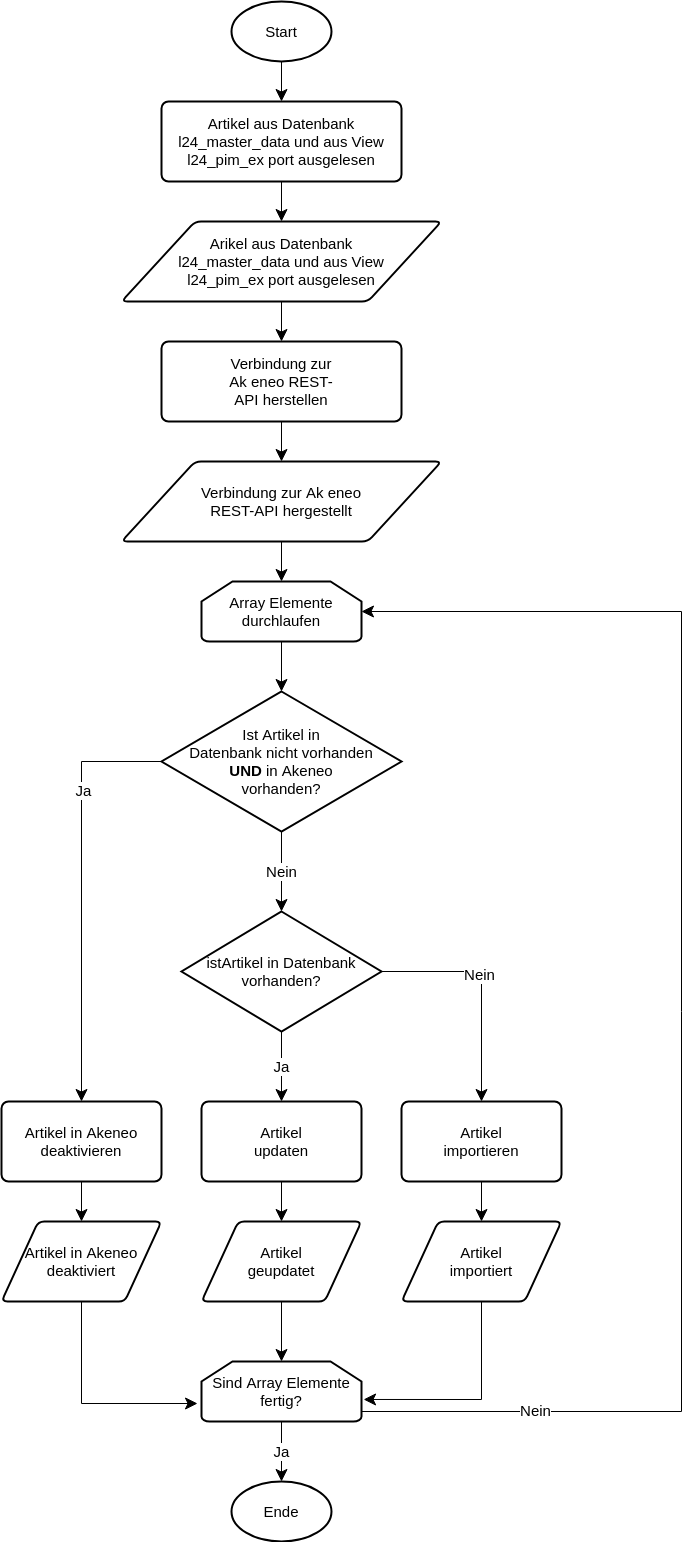
kassemnaser/l24_master_data-Akeneo-middleware keeps this draw.io diagram as flowchart.png. Above is the earlier version. Source tidied: cells renumbered, new cells last; positions are measured from the earlier drawing's top-left corner, leaving out a move shared by most shapes. The source it was exported from:
```xml
<mxGraphModel>
  <root>
    <mxCell id="0" />
    <mxCell id="1" parent="0" />
    <mxCell id="2" style="edgeStyle=orthogonalEdgeStyle;rounded=0;jettySize=auto;html=1;endSize=10;" parent="1" edge="1" source="3" target="5">
      <mxGeometry relative="1" as="geometry" />
    </mxCell>
    <mxCell id="3" value="&lt;font style=&quot;font-size: 15px&quot;&gt;Start&lt;/font&gt;" style="strokeWidth=2;html=1;shape=mxgraph.flowchart.start_1;whiteSpace=wrap;" parent="1" vertex="1">
      <mxGeometry x="230" width="100" height="60" as="geometry" />
    </mxCell>
    <mxCell id="4" style="edgeStyle=orthogonalEdgeStyle;rounded=0;jettySize=auto;html=1;entryX=0.5;entryY=0;entryDx=0;entryDy=0;endSize=10;" parent="1" edge="1" source="5" target="7">
      <mxGeometry relative="1" as="geometry" />
    </mxCell>
    <mxCell id="5" value="&lt;div style=&quot;font-size: 15px&quot;&gt;&lt;font style=&quot;font-size: 15px&quot;&gt;Artikel aus Datenbank&lt;/font&gt;&lt;/div&gt;&lt;div style=&quot;font-size: 15px&quot;&gt;&lt;font style=&quot;font-size: 15px&quot;&gt;l24_master_data und aus View&lt;/font&gt;&lt;/div&gt;&lt;div style=&quot;font-size: 15px&quot;&gt;&lt;font style=&quot;font-size: 15px&quot;&gt;l24_pim_ex port ausgelesen&lt;/font&gt;&lt;/div&gt;" style="rounded=1;whiteSpace=wrap;html=1;absoluteArcSize=1;arcSize=14;strokeWidth=2;" parent="1" vertex="1">
      <mxGeometry x="160" y="100" width="240" height="80" as="geometry" />
    </mxCell>
    <mxCell id="6" style="edgeStyle=orthogonalEdgeStyle;rounded=0;jettySize=auto;html=1;entryX=0.5;entryY=0;entryDx=0;entryDy=0;endSize=10;" parent="1" edge="1" source="7" target="9">
      <mxGeometry relative="1" as="geometry" />
    </mxCell>
    <mxCell id="7" value="&lt;div style=&quot;font-size: 15px&quot;&gt;&lt;font style=&quot;font-size: 15px&quot;&gt;Arikel aus Datenbank&lt;/font&gt;&lt;/div&gt;&lt;div style=&quot;font-size: 15px&quot;&gt;&lt;font style=&quot;font-size: 15px&quot;&gt;l24_master_data und aus View&lt;/font&gt;&lt;/div&gt;&lt;div style=&quot;font-size: 15px&quot;&gt;&lt;font style=&quot;font-size: 15px&quot;&gt;l24_pim_ex port ausgelesen&lt;/font&gt;&lt;/div&gt;" style="shape=parallelogram;html=1;strokeWidth=2;perimeter=parallelogramPerimeter;whiteSpace=wrap;rounded=1;arcSize=12;size=0.23;" parent="1" vertex="1">
      <mxGeometry x="120" y="220" width="320" height="80" as="geometry" />
    </mxCell>
    <mxCell id="8" style="edgeStyle=orthogonalEdgeStyle;rounded=0;jettySize=auto;html=1;entryX=0.5;entryY=0;entryDx=0;entryDy=0;endSize=10;" parent="1" edge="1" source="9" target="11">
      <mxGeometry relative="1" as="geometry" />
    </mxCell>
    <mxCell id="9" value="&lt;div style=&quot;font-size: 15px&quot;&gt;&lt;font style=&quot;font-size: 15px&quot;&gt;Verbindung zur&lt;/font&gt;&lt;/div&gt;&lt;div style=&quot;font-size: 15px&quot;&gt;&lt;font style=&quot;font-size: 15px&quot;&gt;Ak eneo REST-&lt;/font&gt;&lt;/div&gt;&lt;div style=&quot;font-size: 15px&quot;&gt;&lt;font style=&quot;font-size: 15px&quot;&gt;API herstellen&lt;/font&gt;&lt;/div&gt;" style="rounded=1;whiteSpace=wrap;html=1;absoluteArcSize=1;arcSize=14;strokeWidth=2;" parent="1" vertex="1">
      <mxGeometry x="160" y="340" width="240" height="80" as="geometry" />
    </mxCell>
    <mxCell id="10" style="edgeStyle=orthogonalEdgeStyle;rounded=0;jettySize=auto;html=1;entryX=0.5;entryY=0;entryDx=0;entryDy=0;entryPerimeter=0;fontSize=15;endSize=10;" parent="1" edge="1" source="11" target="37">
      <mxGeometry relative="1" as="geometry" />
    </mxCell>
    <mxCell id="11" value="&lt;div style=&quot;font-size: 15px&quot;&gt;&lt;div&gt;Verbindung zur Ak eneo&lt;/div&gt;&lt;div&gt;REST-API hergestellt&lt;/div&gt;&lt;/div&gt;" style="shape=parallelogram;html=1;strokeWidth=2;perimeter=parallelogramPerimeter;whiteSpace=wrap;rounded=1;arcSize=12;size=0.23;" parent="1" vertex="1">
      <mxGeometry x="120" y="460" width="320" height="80" as="geometry" />
    </mxCell>
    <mxCell id="12" style="edgeStyle=orthogonalEdgeStyle;rounded=0;jettySize=auto;html=1;entryX=0.5;entryY=0;entryDx=0;entryDy=0;endSize=10;exitX=0;exitY=0.5;exitDx=0;exitDy=0;exitPerimeter=0;" parent="1" edge="1" source="15" target="17">
      <mxGeometry relative="1" as="geometry" />
    </mxCell>
    <mxCell id="13" value="Ja" style="edgeLabel;html=1;align=center;verticalAlign=middle;fontSize=15;" parent="12" vertex="1">
      <mxGeometry x="-0.49" y="1" relative="1" as="geometry" />
    </mxCell>
    <mxCell id="14" value="Nein" style="edgeStyle=orthogonalEdgeStyle;rounded=0;jettySize=auto;html=1;entryX=0.5;entryY=0;entryDx=0;entryDy=0;entryPerimeter=0;fontSize=15;endSize=10;" parent="1" edge="1" source="15" target="23">
      <mxGeometry relative="1" as="geometry" />
    </mxCell>
    <mxCell id="15" value="&lt;div style=&quot;font-size: 15px&quot;&gt;&lt;font style=&quot;font-size: 15px&quot;&gt;Ist Artikel in&lt;/font&gt;&lt;/div&gt;&lt;div style=&quot;font-size: 15px&quot;&gt;&lt;font style=&quot;font-size: 15px&quot;&gt;Datenbank nicht vorhanden&lt;/font&gt;&lt;/div&gt;&lt;div style=&quot;font-size: 15px&quot;&gt;&lt;font style=&quot;font-size: 15px&quot;&gt;&lt;b&gt;UND&lt;/b&gt; in Akeneo&lt;/font&gt;&lt;/div&gt;&lt;div style=&quot;font-size: 15px&quot;&gt;&lt;font style=&quot;font-size: 15px&quot;&gt;vorhanden?&lt;/font&gt;&lt;/div&gt;" style="strokeWidth=2;html=1;shape=mxgraph.flowchart.decision;whiteSpace=wrap;" parent="1" vertex="1">
      <mxGeometry x="160" y="690" width="240" height="140" as="geometry" />
    </mxCell>
    <mxCell id="16" style="edgeStyle=orthogonalEdgeStyle;rounded=0;jettySize=auto;html=1;entryX=0.5;entryY=0;entryDx=0;entryDy=0;fontSize=15;endSize=10;" parent="1" edge="1" source="17" target="19">
      <mxGeometry relative="1" as="geometry" />
    </mxCell>
    <mxCell id="17" value="&lt;font style=&quot;font-size: 15px&quot;&gt;Artikel&amp;nbsp;in Akeneo&lt;/font&gt;&lt;div style=&quot;font-size: 15px&quot;&gt;&lt;font style=&quot;font-size: 15px&quot;&gt;deaktivieren&lt;/font&gt;&lt;/div&gt;" style="rounded=1;whiteSpace=wrap;html=1;absoluteArcSize=1;arcSize=14;strokeWidth=2;" parent="1" vertex="1">
      <mxGeometry y="1100" width="160" height="80" as="geometry" />
    </mxCell>
    <mxCell id="18" style="edgeStyle=orthogonalEdgeStyle;rounded=0;jettySize=auto;html=1;entryX=-0.025;entryY=0.7;entryDx=0;entryDy=0;entryPerimeter=0;fontSize=15;endSize=10;" parent="1" edge="1" source="19" target="35">
      <mxGeometry relative="1" as="geometry">
        <Array as="points">
          <mxPoint x="80" y="1402" />
        </Array>
      </mxGeometry>
    </mxCell>
    <mxCell id="19" value="&lt;font&gt;Artikel&amp;nbsp;in Akeneo&lt;/font&gt;&lt;div&gt;deaktiviert&lt;/div&gt;" style="shape=parallelogram;html=1;strokeWidth=2;perimeter=parallelogramPerimeter;whiteSpace=wrap;rounded=1;arcSize=12;size=0.23;fontSize=15;" parent="1" vertex="1">
      <mxGeometry y="1220" width="160" height="80" as="geometry" />
    </mxCell>
    <mxCell id="20" value="Ja" style="edgeStyle=orthogonalEdgeStyle;rounded=0;jettySize=auto;html=1;fontSize=15;endSize=10;" parent="1" edge="1" source="23" target="25">
      <mxGeometry relative="1" as="geometry" />
    </mxCell>
    <mxCell id="21" style="edgeStyle=orthogonalEdgeStyle;rounded=0;jettySize=auto;html=1;entryX=0.5;entryY=0;entryDx=0;entryDy=0;fontSize=15;endSize=10;" parent="1" edge="1" source="23" target="27">
      <mxGeometry relative="1" as="geometry" />
    </mxCell>
    <mxCell id="22" value="Nein" style="edgeLabel;html=1;align=center;verticalAlign=middle;fontSize=15;" parent="21" vertex="1">
      <mxGeometry x="-0.11" y="-3" relative="1" as="geometry" />
    </mxCell>
    <mxCell id="23" value="&lt;div&gt;istArtikel in Datenbank&lt;/div&gt;&lt;div&gt;vorhanden?&lt;/div&gt;" style="strokeWidth=2;html=1;shape=mxgraph.flowchart.decision;whiteSpace=wrap;fontSize=15;" parent="1" vertex="1">
      <mxGeometry x="180" y="910" width="200" height="120" as="geometry" />
    </mxCell>
    <mxCell id="24" style="edgeStyle=orthogonalEdgeStyle;rounded=0;jettySize=auto;html=1;entryX=0.5;entryY=0;entryDx=0;entryDy=0;fontSize=15;endSize=10;" parent="1" edge="1" source="25" target="29">
      <mxGeometry relative="1" as="geometry" />
    </mxCell>
    <mxCell id="25" value="&lt;div&gt;Artikel&lt;/div&gt;&lt;div&gt;updaten&lt;/div&gt;" style="rounded=1;whiteSpace=wrap;html=1;absoluteArcSize=1;arcSize=14;strokeWidth=2;fontSize=15;" parent="1" vertex="1">
      <mxGeometry x="200" y="1100" width="160" height="80" as="geometry" />
    </mxCell>
    <mxCell id="26" style="edgeStyle=orthogonalEdgeStyle;rounded=0;jettySize=auto;html=1;fontSize=15;endSize=10;" parent="1" edge="1" source="27" target="31">
      <mxGeometry relative="1" as="geometry" />
    </mxCell>
    <mxCell id="27" value="&lt;div&gt;Artikel&lt;/div&gt;&lt;div&gt;importieren&lt;/div&gt;" style="rounded=1;whiteSpace=wrap;html=1;absoluteArcSize=1;arcSize=14;strokeWidth=2;fontSize=15;" parent="1" vertex="1">
      <mxGeometry x="400" y="1100" width="160" height="80" as="geometry" />
    </mxCell>
    <mxCell id="28" style="edgeStyle=orthogonalEdgeStyle;rounded=0;jettySize=auto;html=1;fontSize=15;endSize=10;" parent="1" edge="1" source="29" target="35">
      <mxGeometry relative="1" as="geometry" />
    </mxCell>
    <mxCell id="29" value="&lt;div&gt;Artikel&lt;/div&gt;&lt;div&gt;geupdatet&lt;/div&gt;" style="shape=parallelogram;html=1;strokeWidth=2;perimeter=parallelogramPerimeter;whiteSpace=wrap;rounded=1;arcSize=12;size=0.23;fontSize=15;" parent="1" vertex="1">
      <mxGeometry x="200" y="1220" width="160" height="80" as="geometry" />
    </mxCell>
    <mxCell id="30" style="edgeStyle=orthogonalEdgeStyle;rounded=0;jettySize=auto;html=1;entryX=1.013;entryY=0.633;entryDx=0;entryDy=0;entryPerimeter=0;fontSize=15;endSize=10;" parent="1" edge="1" source="31" target="35">
      <mxGeometry relative="1" as="geometry">
        <Array as="points">
          <mxPoint x="480" y="1398" />
        </Array>
      </mxGeometry>
    </mxCell>
    <mxCell id="31" value="&lt;div&gt;Artikel&lt;/div&gt;&lt;div&gt;importiert&lt;/div&gt;" style="shape=parallelogram;html=1;strokeWidth=2;perimeter=parallelogramPerimeter;whiteSpace=wrap;rounded=1;arcSize=12;size=0.23;fontSize=15;" parent="1" vertex="1">
      <mxGeometry x="400" y="1220" width="160" height="80" as="geometry" />
    </mxCell>
    <mxCell id="32" style="edgeStyle=orthogonalEdgeStyle;rounded=0;jettySize=auto;html=1;entryX=1;entryY=0.5;entryDx=0;entryDy=0;entryPerimeter=0;fontSize=15;endSize=10;" parent="1" edge="1" source="35" target="37">
      <mxGeometry relative="1" as="geometry">
        <Array as="points">
          <mxPoint x="680" y="1410" />
          <mxPoint x="680" y="610" />
        </Array>
      </mxGeometry>
    </mxCell>
    <mxCell id="33" value="Nein" style="edgeLabel;html=1;align=center;verticalAlign=middle;fontSize=15;" parent="32" vertex="1">
      <mxGeometry x="-0.76" y="2" relative="1" as="geometry" />
    </mxCell>
    <mxCell id="34" value="Ja" style="edgeStyle=orthogonalEdgeStyle;rounded=0;jettySize=auto;html=1;entryX=0.5;entryY=0;entryDx=0;entryDy=0;entryPerimeter=0;fontSize=15;endSize=10;" parent="1" edge="1" source="35" target="38">
      <mxGeometry relative="1" as="geometry" />
    </mxCell>
    <mxCell id="35" value="&lt;div&gt;Sind Array Elemente&lt;/div&gt;&lt;div&gt;fertig?&lt;/div&gt;" style="strokeWidth=2;html=1;shape=mxgraph.flowchart.loop_limit;whiteSpace=wrap;fontSize=15;" parent="1" vertex="1">
      <mxGeometry x="200" y="1360" width="160" height="60" as="geometry" />
    </mxCell>
    <mxCell id="36" style="edgeStyle=orthogonalEdgeStyle;rounded=0;jettySize=auto;html=1;entryX=0.5;entryY=0;entryDx=0;entryDy=0;entryPerimeter=0;fontSize=15;endSize=10;" parent="1" edge="1" source="37" target="15">
      <mxGeometry relative="1" as="geometry" />
    </mxCell>
    <mxCell id="37" value="&lt;div&gt;Array Elemente&lt;/div&gt;&lt;div&gt;durchlaufen&lt;/div&gt;" style="strokeWidth=2;html=1;shape=mxgraph.flowchart.loop_limit;whiteSpace=wrap;fontSize=15;" parent="1" vertex="1">
      <mxGeometry x="200" y="580" width="160" height="60" as="geometry" />
    </mxCell>
    <mxCell id="38" value="&lt;font style=&quot;font-size: 15px&quot;&gt;Ende&lt;/font&gt;" style="strokeWidth=2;html=1;shape=mxgraph.flowchart.start_1;whiteSpace=wrap;" parent="1" vertex="1">
      <mxGeometry x="230" y="1480" width="100" height="60" as="geometry" />
    </mxCell>
  </root>
</mxGraphModel>
```
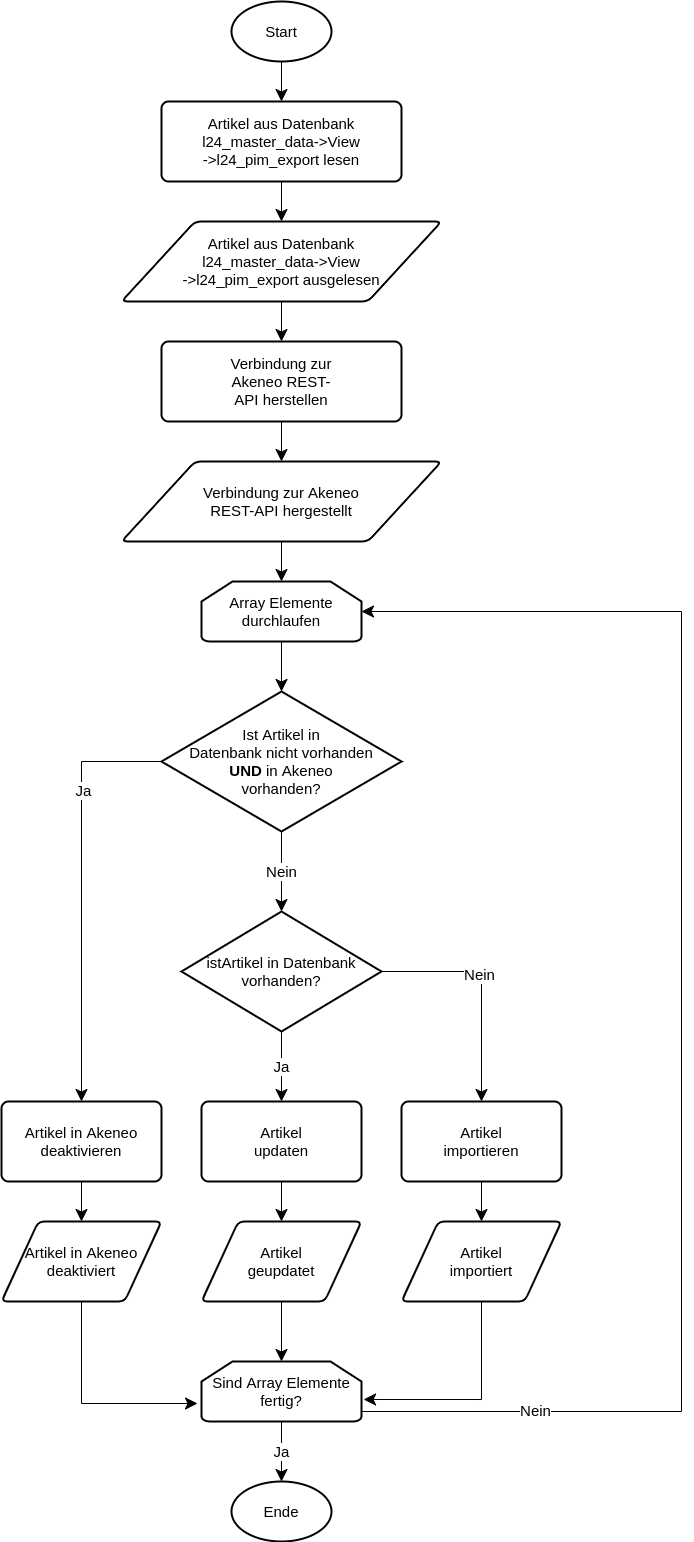
The same diagram one commit later.

What changed in the source:
```diff
@@ -11,25 +11,25 @@
     <mxCell id="4" style="edgeStyle=orthogonalEdgeStyle;rounded=0;jettySize=auto;html=1;entryX=0.5;entryY=0;entryDx=0;entryDy=0;endSize=10;" parent="1" edge="1" source="5" target="7">
       <mxGeometry relative="1" as="geometry" />
     </mxCell>
-    <mxCell id="5" value="&lt;div style=&quot;font-size: 15px&quot;&gt;&lt;font style=&quot;font-size: 15px&quot;&gt;Artikel aus Datenbank&lt;/font&gt;&lt;/div&gt;&lt;div style=&quot;font-size: 15px&quot;&gt;&lt;font style=&quot;font-size: 15px&quot;&gt;l24_master_data und aus View&lt;/font&gt;&lt;/div&gt;&lt;div style=&quot;font-size: 15px&quot;&gt;&lt;font style=&quot;font-size: 15px&quot;&gt;l24_pim_ex port ausgelesen&lt;/font&gt;&lt;/div&gt;" style="rounded=1;whiteSpace=wrap;html=1;absoluteArcSize=1;arcSize=14;strokeWidth=2;" parent="1" vertex="1">
+    <mxCell id="5" value="&lt;div style=&quot;font-size: 15px&quot;&gt;&lt;font style=&quot;font-size: 15px&quot;&gt;Artikel aus Datenbank&lt;/font&gt;&lt;/div&gt;&lt;div style=&quot;font-size: 15px&quot;&gt;&lt;font style=&quot;font-size: 15px&quot;&gt;l24_master_data-&amp;gt;View&lt;/font&gt;&lt;/div&gt;&lt;div style=&quot;font-size: 15px&quot;&gt;&lt;font style=&quot;font-size: 15px&quot;&gt;-&amp;gt;&lt;/font&gt;&lt;span&gt;l24_pim_export lesen&lt;/span&gt;&lt;/div&gt;" style="rounded=1;whiteSpace=wrap;html=1;absoluteArcSize=1;arcSize=14;strokeWidth=2;" parent="1" vertex="1">
       <mxGeometry x="160" y="100" width="240" height="80" as="geometry" />
     </mxCell>
     <mxCell id="6" style="edgeStyle=orthogonalEdgeStyle;rounded=0;jettySize=auto;html=1;entryX=0.5;entryY=0;entryDx=0;entryDy=0;endSize=10;" parent="1" edge="1" source="7" target="9">
       <mxGeometry relative="1" as="geometry" />
     </mxCell>
-    <mxCell id="7" value="&lt;div style=&quot;font-size: 15px&quot;&gt;&lt;font style=&quot;font-size: 15px&quot;&gt;Arikel aus Datenbank&lt;/font&gt;&lt;/div&gt;&lt;div style=&quot;font-size: 15px&quot;&gt;&lt;font style=&quot;font-size: 15px&quot;&gt;l24_master_data und aus View&lt;/font&gt;&lt;/div&gt;&lt;div style=&quot;font-size: 15px&quot;&gt;&lt;font style=&quot;font-size: 15px&quot;&gt;l24_pim_ex port ausgelesen&lt;/font&gt;&lt;/div&gt;" style="shape=parallelogram;html=1;strokeWidth=2;perimeter=parallelogramPerimeter;whiteSpace=wrap;rounded=1;arcSize=12;size=0.23;" parent="1" vertex="1">
+    <mxCell id="7" value="&lt;div style=&quot;font-size: 15px&quot;&gt;Artikel aus Datenbank&lt;/div&gt;&lt;div style=&quot;font-size: 15px&quot;&gt;l24_master_data-&amp;gt;View&lt;/div&gt;&lt;div style=&quot;font-size: 15px&quot;&gt;&lt;span&gt;-&amp;gt;&lt;/span&gt;&lt;span&gt;l24_pim_export&lt;/span&gt;&lt;span&gt;&amp;nbsp;ausgelesen&lt;/span&gt;&lt;br&gt;&lt;/div&gt;" style="shape=parallelogram;html=1;strokeWidth=2;perimeter=parallelogramPerimeter;whiteSpace=wrap;rounded=1;arcSize=12;size=0.23;" parent="1" vertex="1">
       <mxGeometry x="120" y="220" width="320" height="80" as="geometry" />
     </mxCell>
     <mxCell id="8" style="edgeStyle=orthogonalEdgeStyle;rounded=0;jettySize=auto;html=1;entryX=0.5;entryY=0;entryDx=0;entryDy=0;endSize=10;" parent="1" edge="1" source="9" target="11">
       <mxGeometry relative="1" as="geometry" />
     </mxCell>
-    <mxCell id="9" value="&lt;div style=&quot;font-size: 15px&quot;&gt;&lt;font style=&quot;font-size: 15px&quot;&gt;Verbindung zur&lt;/font&gt;&lt;/div&gt;&lt;div style=&quot;font-size: 15px&quot;&gt;&lt;font style=&quot;font-size: 15px&quot;&gt;Ak eneo REST-&lt;/font&gt;&lt;/div&gt;&lt;div style=&quot;font-size: 15px&quot;&gt;&lt;font style=&quot;font-size: 15px&quot;&gt;API herstellen&lt;/font&gt;&lt;/div&gt;" style="rounded=1;whiteSpace=wrap;html=1;absoluteArcSize=1;arcSize=14;strokeWidth=2;" parent="1" vertex="1">
+    <mxCell id="9" value="&lt;div style=&quot;font-size: 15px&quot;&gt;&lt;font style=&quot;font-size: 15px&quot;&gt;Verbindung zur&lt;/font&gt;&lt;/div&gt;&lt;div style=&quot;font-size: 15px&quot;&gt;&lt;font style=&quot;font-size: 15px&quot;&gt;Akeneo REST-&lt;/font&gt;&lt;/div&gt;&lt;div style=&quot;font-size: 15px&quot;&gt;&lt;font style=&quot;font-size: 15px&quot;&gt;API herstellen&lt;/font&gt;&lt;/div&gt;" style="rounded=1;whiteSpace=wrap;html=1;absoluteArcSize=1;arcSize=14;strokeWidth=2;" parent="1" vertex="1">
       <mxGeometry x="160" y="340" width="240" height="80" as="geometry" />
     </mxCell>
     <mxCell id="10" style="edgeStyle=orthogonalEdgeStyle;rounded=0;jettySize=auto;html=1;entryX=0.5;entryY=0;entryDx=0;entryDy=0;entryPerimeter=0;fontSize=15;endSize=10;" parent="1" edge="1" source="11" target="37">
       <mxGeometry relative="1" as="geometry" />
     </mxCell>
-    <mxCell id="11" value="&lt;div style=&quot;font-size: 15px&quot;&gt;&lt;div&gt;Verbindung zur Ak eneo&lt;/div&gt;&lt;div&gt;REST-API hergestellt&lt;/div&gt;&lt;/div&gt;" style="shape=parallelogram;html=1;strokeWidth=2;perimeter=parallelogramPerimeter;whiteSpace=wrap;rounded=1;arcSize=12;size=0.23;" parent="1" vertex="1">
+    <mxCell id="11" value="&lt;div style=&quot;font-size: 15px&quot;&gt;&lt;div&gt;Verbindung zur Akeneo&lt;/div&gt;&lt;div&gt;REST-API hergestellt&lt;/div&gt;&lt;/div&gt;" style="shape=parallelogram;html=1;strokeWidth=2;perimeter=parallelogramPerimeter;whiteSpace=wrap;rounded=1;arcSize=12;size=0.23;" parent="1" vertex="1">
       <mxGeometry x="120" y="460" width="320" height="80" as="geometry" />
     </mxCell>
     <mxCell id="12" style="edgeStyle=orthogonalEdgeStyle;rounded=0;jettySize=auto;html=1;entryX=0.5;entryY=0;entryDx=0;entryDy=0;endSize=10;exitX=0;exitY=0.5;exitDx=0;exitDy=0;exitPerimeter=0;" parent="1" edge="1" source="15" target="17">
```
